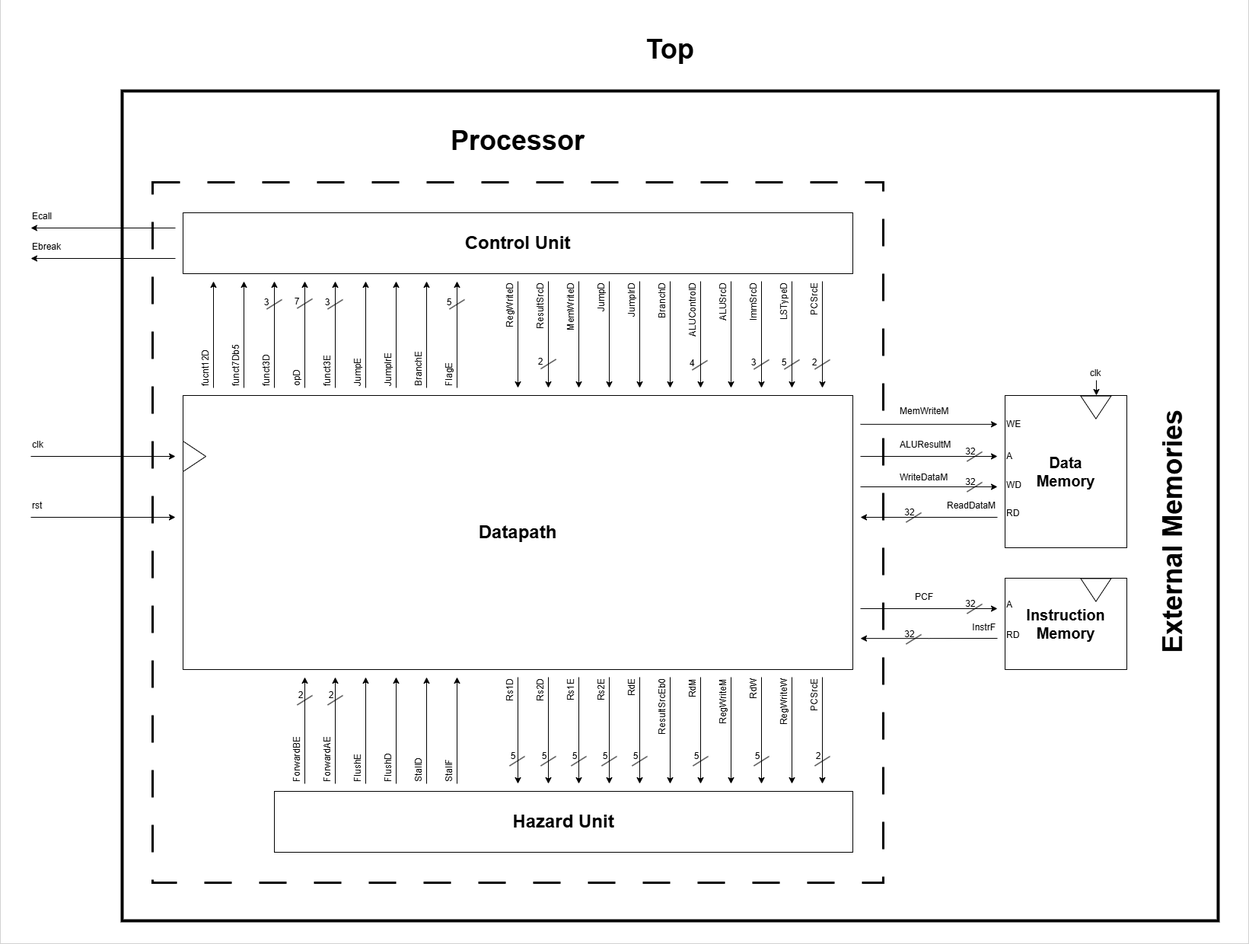
ndNgoc1310/RISC-V_Single-cycle_Processor keeps this draw.io diagram as 92_report/Diagrams/top.png. Above is the earlier version. Source tidied: cells renumbered, new cells last; positions are measured from the earlier drawing's top-left corner, leaving out a move shared by most shapes.
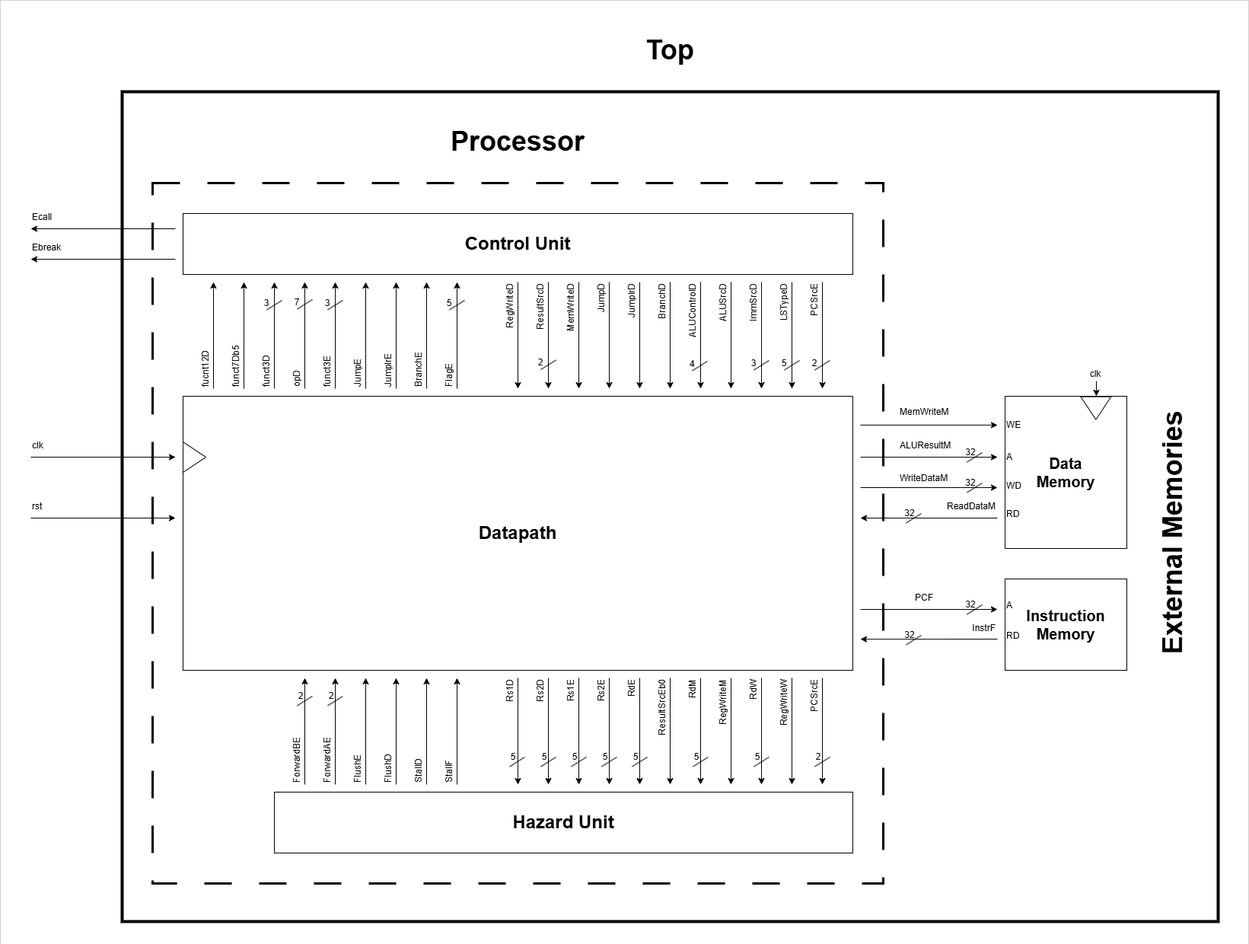
The same file after the commit.

Commit message:
Update Report, Slide, Diagrams

Diff of the diagram source:
```diff
@@ -677,9 +677,6 @@
     <mxCell id="174" value="2" style="text;html=1;align=center;verticalAlign=middle;whiteSpace=wrap;rounded=0;" parent="172" vertex="1">
       <mxGeometry width="10" height="7.5" as="geometry" />
     </mxCell>
-    <mxCell id="175" style="triangle;whiteSpace=wrap;html=1;rotation=90;" parent="2" vertex="1">
-      <mxGeometry x="1424.3" y="755.5" width="30.2" height="40" as="geometry" />
-    </mxCell>
     <mxCell id="176" style="group;" parent="2" vertex="1">
       <mxGeometry x="300" y="370" width="20" height="140" as="geometry" />
     </mxCell>
```
